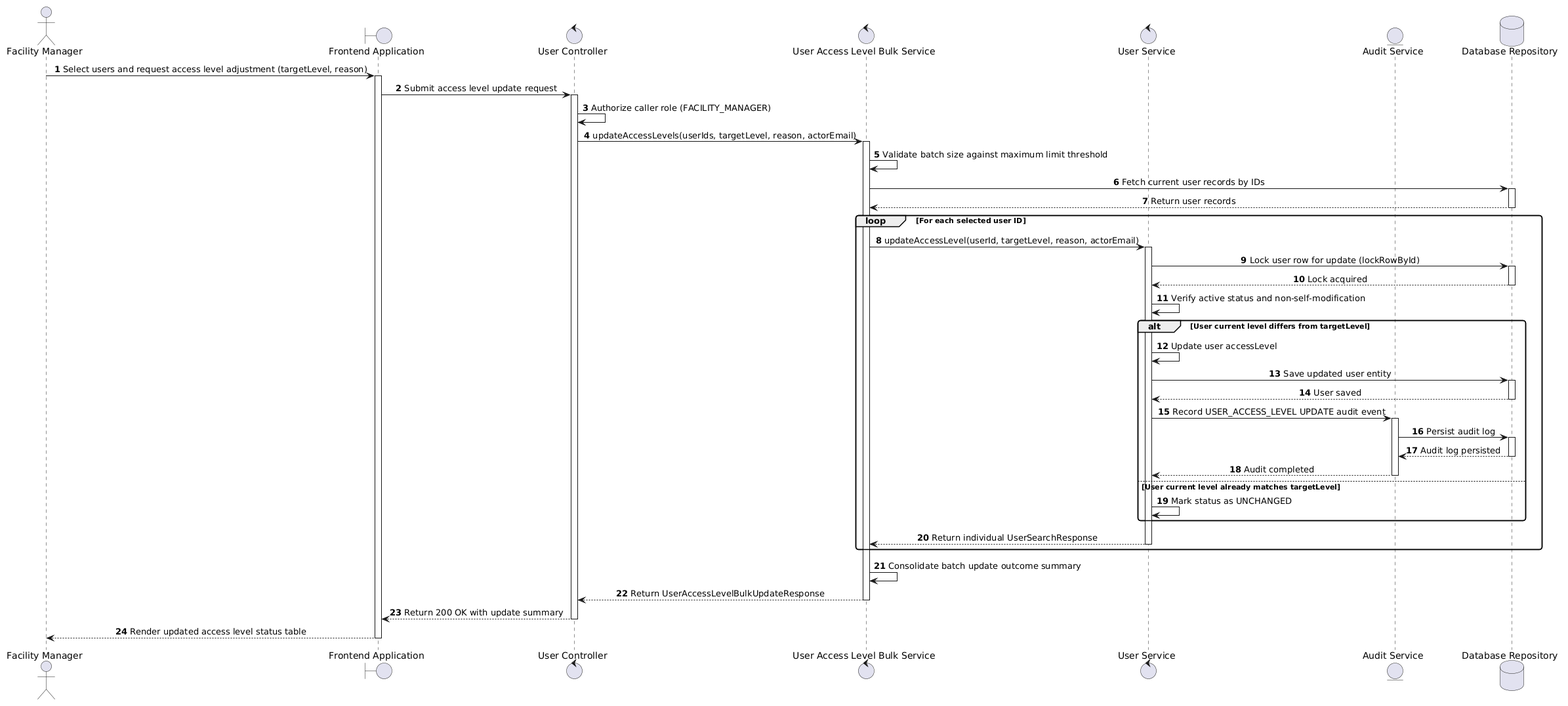
Earlier version of the PlantUML export docs/diagrams/seq_3.6.1.png (AnhHao2505/AI-Based-Intelligent-Campus-Security-Surveillance-System).
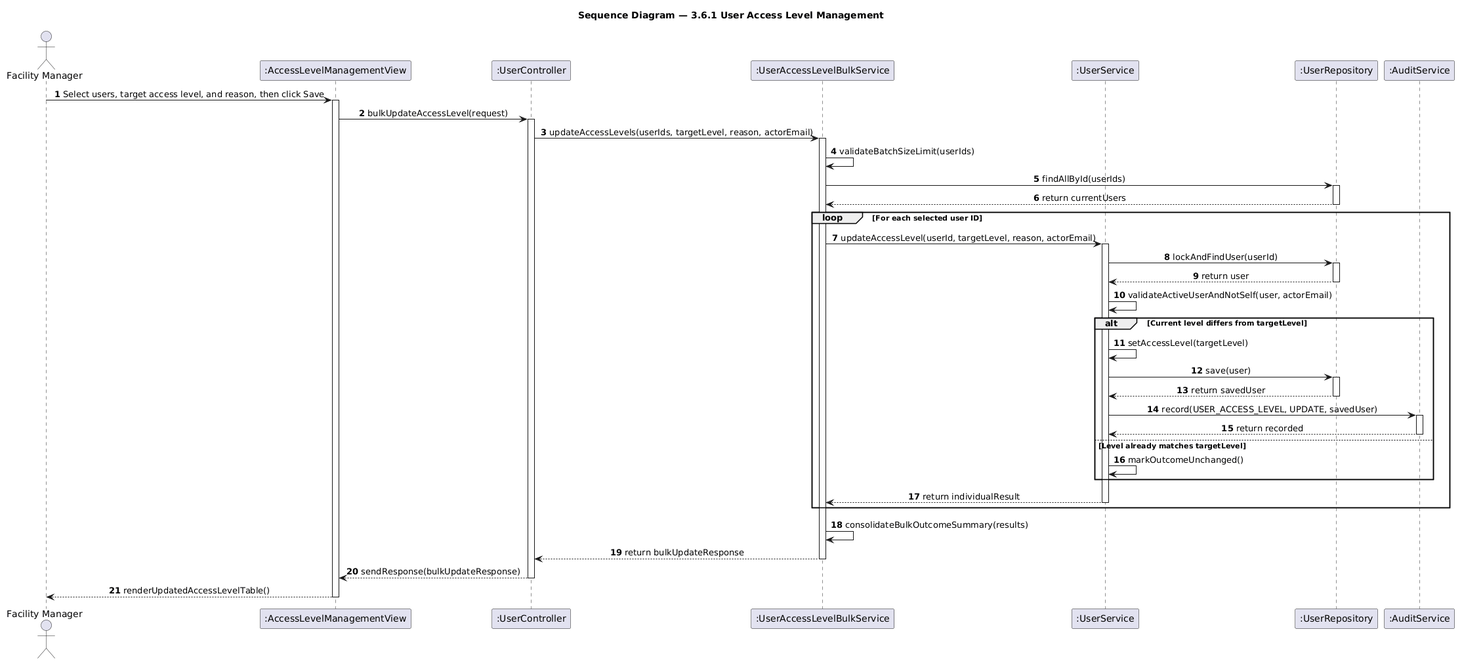
After the change.

Diff of the diagram source:
```diff
@@ -1,71 +1,61 @@
 @startuml
 skinparam shadowing false
-skinparam monochrome false
-skinparam roundcorner 8
-skinparam defaultFontName Arial
 skinparam sequenceMessageAlign center
-
 autonumber
 
+title Sequence Diagram — 3.6.1 User Access Level Management
+
 actor "Facility Manager" as FM
-boundary "Frontend Application" as App
-control "User Controller" as Controller
-control "User Access Level Bulk Service" as BulkService
-control "User Service" as UserService
-entity "Audit Service" as Audit
-database "Database Repository" as DB
+participant ":AccessLevelManagementView" as View
+participant ":UserController" as Controller
+participant ":UserAccessLevelBulkService" as BulkService
+participant ":UserService" as UserService
+participant ":UserRepository" as Repo
+participant ":AuditService" as Audit
 
-FM -> App : Select users and request access level adjustment (targetLevel, reason)
-activate App
-App -> Controller : Submit access level update request
+FM -> View : Select users, target access level, and reason, then click Save
+activate View
+View -> Controller : bulkUpdateAccessLevel(request)
 activate Controller
-
-Controller -> Controller : Authorize caller role (FACILITY_MANAGER)
 Controller -> BulkService : updateAccessLevels(userIds, targetLevel, reason, actorEmail)
 activate BulkService
-
-BulkService -> BulkService : Validate batch size against maximum limit threshold
-BulkService -> DB : Fetch current user records by IDs
-activate DB
-DB --> BulkService : Return user records
-deactivate DB
+BulkService -> BulkService : validateBatchSizeLimit(userIds)
+BulkService -> Repo : findAllById(userIds)
+activate Repo
+Repo --> BulkService : return currentUsers
+deactivate Repo
 
 loop For each selected user ID
     BulkService -> UserService : updateAccessLevel(userId, targetLevel, reason, actorEmail)
     activate UserService
-    UserService -> DB : Lock user row for update (lockRowById)
-    activate DB
-    DB --> UserService : Lock acquired
-    deactivate DB
+    UserService -> Repo : lockAndFindUser(userId)
+    activate Repo
+    Repo --> UserService : return user
+    deactivate Repo
+    UserService -> UserService : validateActiveUserAndNotSelf(user, actorEmail)
 
-    UserService -> UserService : Verify active status and non-self-modification
-    alt User current level differs from targetLevel
-        UserService -> UserService : Update user accessLevel
-        UserService -> DB : Save updated user entity
-        activate DB
-        DB --> UserService : User saved
-        deactivate DB
-        UserService -> Audit : Record USER_ACCESS_LEVEL UPDATE audit event
+    alt Current level differs from targetLevel
+        UserService -> UserService : setAccessLevel(targetLevel)
+        UserService -> Repo : save(user)
+        activate Repo
+        Repo --> UserService : return savedUser
+        deactivate Repo
+        UserService -> Audit : record(USER_ACCESS_LEVEL, UPDATE, savedUser)
         activate Audit
-        Audit -> DB : Persist audit log
-        activate DB
-        DB --> Audit : Audit log persisted
-        deactivate DB
-        Audit --> UserService : Audit completed
+        Audit --> UserService : return recorded
         deactivate Audit
-    else User current level already matches targetLevel
-        UserService -> UserService : Mark status as UNCHANGED
+    else Level already matches targetLevel
+        UserService -> UserService : markOutcomeUnchanged()
     end
-    UserService --> BulkService : Return individual UserSearchResponse
+    UserService --> BulkService : return individualResult
     deactivate UserService
 end
 
-BulkService -> BulkService : Consolidate batch update outcome summary
-BulkService --> Controller : Return UserAccessLevelBulkUpdateResponse
+BulkService -> BulkService : consolidateBulkOutcomeSummary(results)
+BulkService --> Controller : return bulkUpdateResponse
 deactivate BulkService
-
-Controller --> App : Return 200 OK with update summary
+Controller --> View : sendResponse(bulkUpdateResponse)
 deactivate Controller
-App --> FM : Render updated access level status table
-deactivate App
+View --> FM : renderUpdatedAccessLevelTable()
+deactivate View
 @enduml
```
